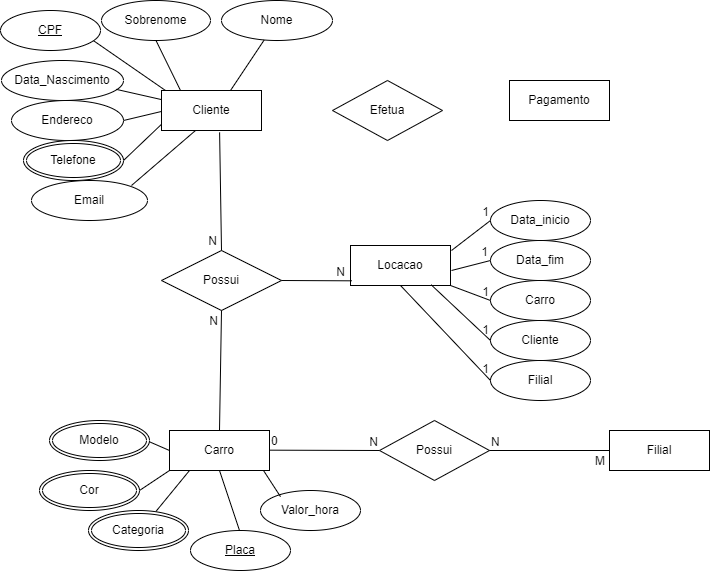
This is Mapa_BD1.drawio.png from Kelly-Prone/diagramas, a draw.io export, as it was before one commit. Source tidied: cells renumbered, new cells last; positions are measured from the earlier drawing's top-left corner, leaving out a move shared by most shapes.
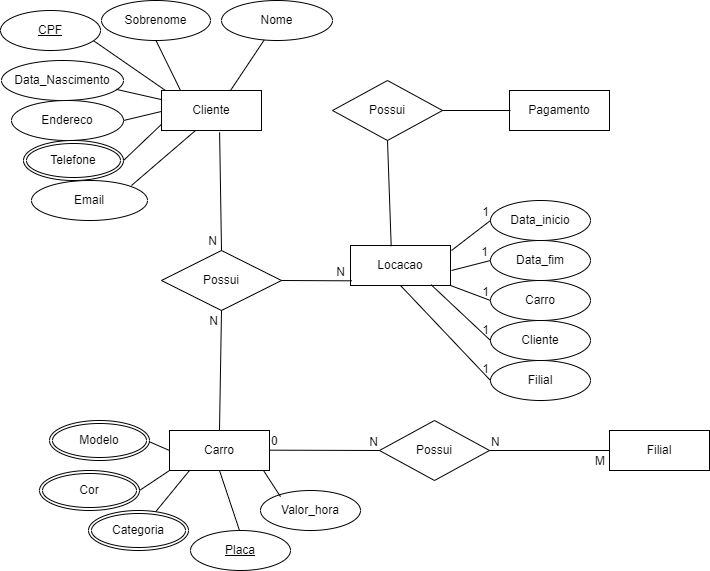
The same file after the commit.

The edit, as a diff of the source:
```diff
@@ -157,11 +157,11 @@
         <mxPoint x="-3" y="19" as="offset" />
       </mxGeometry>
     </mxCell>
-    <mxCell id="41" value="Efetua" style="shape=rhombus;perimeter=rhombusPerimeter;whiteSpace=wrap;html=1;align=center;" parent="1" vertex="1">
+    <mxCell id="41" value="Possui" style="shape=rhombus;perimeter=rhombusPerimeter;whiteSpace=wrap;html=1;align=center;" parent="1" vertex="1">
       <mxGeometry x="332" y="80" width="110" height="60" as="geometry" />
     </mxCell>
     <mxCell id="42" value="Pagamento" style="whiteSpace=wrap;html=1;align=center;" parent="1" vertex="1">
-      <mxGeometry x="509" y="80" width="100" height="40" as="geometry" />
+      <mxGeometry x="509" y="90" width="100" height="40" as="geometry" />
     </mxCell>
     <mxCell id="43" value="Locacao" style="whiteSpace=wrap;html=1;align=center;" parent="1" vertex="1">
       <mxGeometry x="350" y="245" width="100" height="40" as="geometry" />
@@ -235,5 +235,11 @@
         <mxPoint x="-5" as="offset" />
       </mxGeometry>
     </mxCell>
+    <mxCell id="61" style="endArrow=none;html=1;rounded=0;exitX=0.5;exitY=1;exitDx=0;exitDy=0;entryX=0.407;entryY=0.017;entryDx=0;entryDy=0;entryPerimeter=0;" parent="1" edge="1" source="41" target="43">
+      <mxGeometry relative="1" as="geometry" />
+    </mxCell>
+    <mxCell id="62" style="line;strokeWidth=1;dashed=0;labelPosition=right;align=left;verticalAlign=middle;spacingTop=0;spacingLeft=6;" parent="1" vertex="1">
+      <mxGeometry x="442" y="105" width="68" height="10" as="geometry" />
+    </mxCell>
   </root>
 </mxGraphModel>
```
